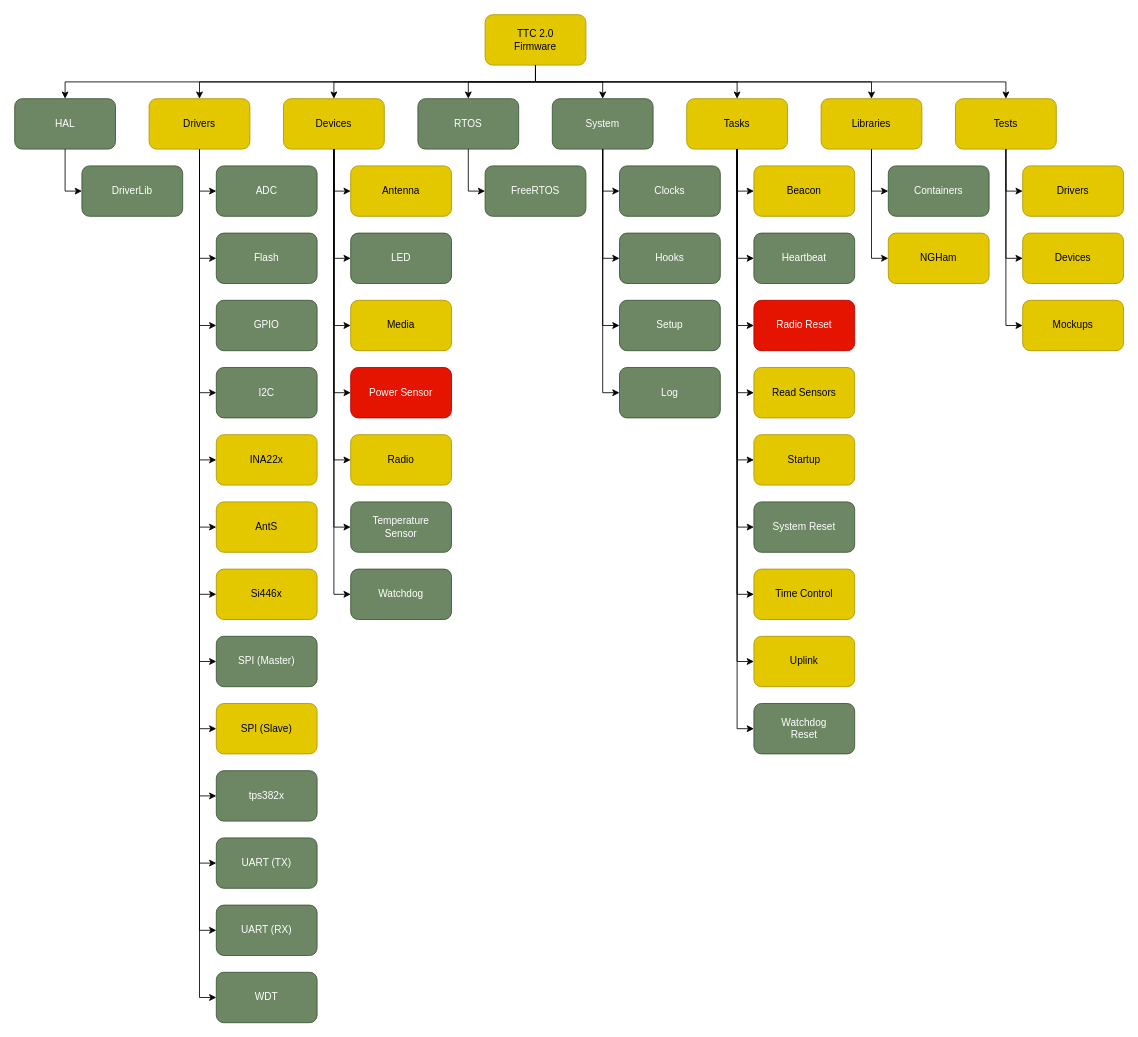
The draw.io diagram doc/user_manual/figures/product-tree-fw.drawio in spacelab-ufsc/ttc2, before the edit. Source tidied: cells renumbered, new cells numbered last; positions are measured from the earlier drawing's top-left corner, leaving out a move shared by most shapes. Both pictures are drawn from the tidied source at 84%, with x=0, y=0 at pixel (14, 14).
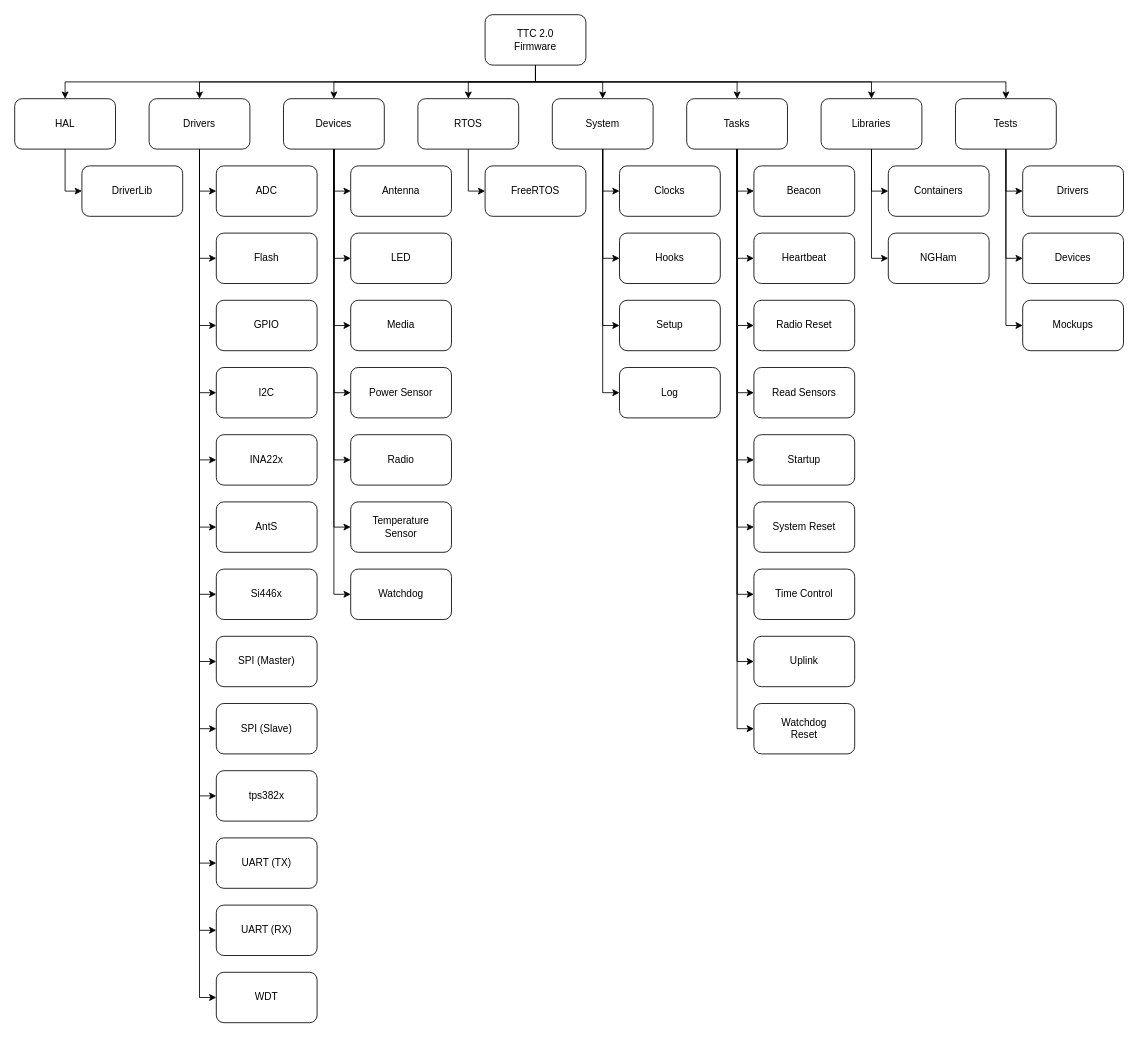
The same diagram, later.

Diff of the diagram source:
```diff
@@
-    <mxCell id="2" value="Drivers" style="rounded=1;whiteSpace=wrap;html=1;fillColor=#e3c800;fontColor=#000000;strokeColor=#B09500;" parent="1" vertex="1">
+    <mxCell id="2" value="Drivers" style="rounded=1;whiteSpace=wrap;html=1;" parent="1" vertex="1">
       <mxGeometry x="160" y="100" width="120" height="60" as="geometry" />
     </mxCell>
-    <mxCell id="3" value="Devices" style="rounded=1;whiteSpace=wrap;html=1;fillColor=#e3c800;fontColor=#000000;strokeColor=#B09500;" parent="1" vertex="1">
+    <mxCell id="3" value="Devices" style="rounded=1;whiteSpace=wrap;html=1;" parent="1" vertex="1">
       <mxGeometry x="320" y="100" width="120" height="60" as="geometry" />
     </mxCell>
-    <mxCell id="4" value="Tasks" style="rounded=1;whiteSpace=wrap;html=1;fillColor=#e3c800;fontColor=#000000;strokeColor=#B09500;" parent="1" vertex="1">
+    <mxCell id="4" value="Tasks" style="rounded=1;whiteSpace=wrap;html=1;" parent="1" vertex="1">
       <mxGeometry x="800" y="100" width="120" height="60" as="geometry" />
     </mxCell>
-    <mxCell id="5" value="ADC" style="rounded=1;whiteSpace=wrap;html=1;fillColor=#6d8764;fontColor=#ffffff;strokeColor=#3A5431;" parent="1" vertex="1">
+    <mxCell id="5" value="ADC" style="rounded=1;whiteSpace=wrap;html=1;" parent="1" vertex="1">
       <mxGeometry x="240" y="180" width="120" height="60" as="geometry" />
     </mxCell>
-    <mxCell id="6" value="Flash" style="rounded=1;whiteSpace=wrap;html=1;fillColor=#6d8764;fontColor=#ffffff;strokeColor=#3A5431;" parent="1" vertex="1">
+    <mxCell id="6" value="Flash" style="rounded=1;whiteSpace=wrap;html=1;" parent="1" vertex="1">
       <mxGeometry x="240" y="260" width="120" height="60" as="geometry" />
     </mxCell>
-    <mxCell id="7" value="GPIO" style="rounded=1;whiteSpace=wrap;html=1;fillColor=#6d8764;fontColor=#ffffff;strokeColor=#3A5431;" parent="1" vertex="1">
+    <mxCell id="7" value="GPIO" style="rounded=1;whiteSpace=wrap;html=1;" parent="1" vertex="1">
       <mxGeometry x="240" y="340" width="120" height="60" as="geometry" />
     </mxCell>
-    <mxCell id="8" value="I2C" style="rounded=1;whiteSpace=wrap;html=1;fillColor=#6d8764;fontColor=#ffffff;strokeColor=#3A5431;" parent="1" vertex="1">
+    <mxCell id="8" value="I2C" style="rounded=1;whiteSpace=wrap;html=1;" parent="1" vertex="1">
       <mxGeometry x="240" y="420" width="120" height="60" as="geometry" />
     </mxCell>
-    <mxCell id="9" value="INA22x" style="rounded=1;whiteSpace=wrap;html=1;fillColor=#e3c800;fontColor=#000000;strokeColor=#B09500;" parent="1" vertex="1">
+    <mxCell id="9" value="INA22x" style="rounded=1;whiteSpace=wrap;html=1;" parent="1" vertex="1">
       <mxGeometry x="240" y="500" width="120" height="60" as="geometry" />
     </mxCell>
-    <mxCell id="10" value="AntS" style="rounded=1;whiteSpace=wrap;html=1;fillColor=#e3c800;fontColor=#000000;strokeColor=#B09500;" parent="1" vertex="1">
+    <mxCell id="10" value="AntS" style="rounded=1;whiteSpace=wrap;html=1;" parent="1" vertex="1">
       <mxGeometry x="240" y="580" width="120" height="60" as="geometry" />
     </mxCell>
-    <mxCell id="11" value="Si446x" style="rounded=1;whiteSpace=wrap;html=1;fillColor=#e3c800;fontColor=#000000;strokeColor=#B09500;" parent="1" vertex="1">
+    <mxCell id="11" value="Si446x" style="rounded=1;whiteSpace=wrap;html=1;" parent="1" vertex="1">
       <mxGeometry x="240" y="660" width="120" height="60" as="geometry" />
     </mxCell>
-    <mxCell id="12" value="SPI (Master)" style="rounded=1;whiteSpace=wrap;html=1;fillColor=#6d8764;fontColor=#ffffff;strokeColor=#3A5431;" parent="1" vertex="1">
+    <mxCell id="12" value="SPI (Master)" style="rounded=1;whiteSpace=wrap;html=1;" parent="1" vertex="1">
       <mxGeometry x="240" y="740" width="120" height="60" as="geometry" />
     </mxCell>
-    <mxCell id="13" value="SPI (Slave)" style="rounded=1;whiteSpace=wrap;html=1;fillColor=#e3c800;fontColor=#000000;strokeColor=#B09500;" parent="1" vertex="1">
+    <mxCell id="13" value="SPI (Slave)" style="rounded=1;whiteSpace=wrap;html=1;" parent="1" vertex="1">
       <mxGeometry x="240" y="820" width="120" height="60" as="geometry" />
     </mxCell>
-    <mxCell id="14" value="tps382x" style="rounded=1;whiteSpace=wrap;html=1;fillColor=#6d8764;fontColor=#ffffff;strokeColor=#3A5431;" parent="1" vertex="1">
+    <mxCell id="14" value="tps382x" style="rounded=1;whiteSpace=wrap;html=1;" parent="1" vertex="1">
       <mxGeometry x="240" y="900" width="120" height="60" as="geometry" />
     </mxCell>
-    <mxCell id="15" value="WDT" style="rounded=1;whiteSpace=wrap;html=1;fillColor=#6d8764;fontColor=#ffffff;strokeColor=#3A5431;" parent="1" vertex="1">
+    <mxCell id="15" value="WDT" style="rounded=1;whiteSpace=wrap;html=1;" parent="1" vertex="1">
       <mxGeometry x="240" y="1140" width="120" height="60" as="geometry" />
     </mxCell>
-    <mxCell id="16" value="UART (TX)" style="rounded=1;whiteSpace=wrap;html=1;fillColor=#6d8764;fontColor=#ffffff;strokeColor=#3A5431;" parent="1" vertex="1">
+    <mxCell id="16" value="UART (TX)" style="rounded=1;whiteSpace=wrap;html=1;" parent="1" vertex="1">
       <mxGeometry x="240" y="980" width="120" height="60" as="geometry" />
     </mxCell>
-    <mxCell id="17" value="UART (RX)" style="rounded=1;whiteSpace=wrap;html=1;fillColor=#6d8764;fontColor=#ffffff;strokeColor=#3A5431;" parent="1" vertex="1">
+    <mxCell id="17" value="UART (RX)" style="rounded=1;whiteSpace=wrap;html=1;" parent="1" vertex="1">
       <mxGeometry x="240" y="1060" width="120" height="60" as="geometry" />
     </mxCell>
@@
-    <mxCell id="31" value="Antenna" style="rounded=1;whiteSpace=wrap;html=1;fillColor=#e3c800;fontColor=#000000;strokeColor=#B09500;" parent="1" vertex="1">
+    <mxCell id="31" value="Antenna" style="rounded=1;whiteSpace=wrap;html=1;" parent="1" vertex="1">
       <mxGeometry x="400" y="180" width="120" height="60" as="geometry" />
     </mxCell>
-    <mxCell id="32" value="Media" style="rounded=1;whiteSpace=wrap;html=1;fillColor=#e3c800;fontColor=#000000;strokeColor=#B09500;" parent="1" vertex="1">
+    <mxCell id="32" value="Media" style="rounded=1;whiteSpace=wrap;html=1;" parent="1" vertex="1">
       <mxGeometry x="400" y="340" width="120" height="60" as="geometry" />
     </mxCell>
-    <mxCell id="33" value="Power Sensor" style="rounded=1;whiteSpace=wrap;html=1;fillColor=#e51400;fontColor=#ffffff;strokeColor=#B20000;" parent="1" vertex="1">
+    <mxCell id="33" value="Power Sensor" style="rounded=1;whiteSpace=wrap;html=1;" parent="1" vertex="1">
       <mxGeometry x="400" y="420" width="120" height="60" as="geometry" />
     </mxCell>
-    <mxCell id="34" value="Radio" style="rounded=1;whiteSpace=wrap;html=1;fillColor=#e3c800;fontColor=#000000;strokeColor=#B09500;" parent="1" vertex="1">
+    <mxCell id="34" value="Radio" style="rounded=1;whiteSpace=wrap;html=1;" parent="1" vertex="1">
       <mxGeometry x="400" y="500" width="120" height="60" as="geometry" />
     </mxCell>
-    <mxCell id="35" value="Temperature&lt;br&gt;Sensor" style="rounded=1;whiteSpace=wrap;html=1;fillColor=#6d8764;fontColor=#ffffff;strokeColor=#3A5431;" parent="1" vertex="1">
+    <mxCell id="35" value="Temperature&lt;br&gt;Sensor" style="rounded=1;whiteSpace=wrap;html=1;" parent="1" vertex="1">
       <mxGeometry x="400" y="580" width="120" height="60" as="geometry" />
     </mxCell>
-    <mxCell id="36" value="Watchdog" style="rounded=1;whiteSpace=wrap;html=1;fillColor=#6d8764;fontColor=#ffffff;strokeColor=#3A5431;" parent="1" vertex="1">
+    <mxCell id="36" value="Watchdog" style="rounded=1;whiteSpace=wrap;html=1;" parent="1" vertex="1">
       <mxGeometry x="400" y="660" width="120" height="60" as="geometry" />
     </mxCell>
-    <mxCell id="37" value="LED" style="rounded=1;whiteSpace=wrap;html=1;fillColor=#6d8764;fontColor=#ffffff;strokeColor=#3A5431;" parent="1" vertex="1">
+    <mxCell id="37" value="LED" style="rounded=1;whiteSpace=wrap;html=1;" parent="1" vertex="1">
       <mxGeometry x="400" y="260" width="120" height="60" as="geometry" />
     </mxCell>
-    <mxCell id="38" value="Beacon" style="rounded=1;whiteSpace=wrap;html=1;fillColor=#e3c800;fontColor=#000000;strokeColor=#B09500;" parent="1" vertex="1">
+    <mxCell id="38" value="Beacon" style="rounded=1;whiteSpace=wrap;html=1;" parent="1" vertex="1">
       <mxGeometry x="880" y="180" width="120" height="60" as="geometry" />
     </mxCell>
-    <mxCell id="39" value="Heartbeat" style="rounded=1;whiteSpace=wrap;html=1;fillColor=#6d8764;fontColor=#ffffff;strokeColor=#3A5431;" parent="1" vertex="1">
+    <mxCell id="39" value="Heartbeat" style="rounded=1;whiteSpace=wrap;html=1;" parent="1" vertex="1">
       <mxGeometry x="880" y="260" width="120" height="60" as="geometry" />
     </mxCell>
-    <mxCell id="40" value="Radio Reset" style="rounded=1;whiteSpace=wrap;html=1;fillColor=#e51400;fontColor=#ffffff;strokeColor=#B20000;" parent="1" vertex="1">
+    <mxCell id="40" value="Radio Reset" style="rounded=1;whiteSpace=wrap;html=1;" parent="1" vertex="1">
       <mxGeometry x="880" y="340" width="120" height="60" as="geometry" />
     </mxCell>
-    <mxCell id="41" value="Read Sensors" style="rounded=1;whiteSpace=wrap;html=1;fillColor=#e3c800;fontColor=#000000;strokeColor=#B09500;" parent="1" vertex="1">
+    <mxCell id="41" value="Read Sensors" style="rounded=1;whiteSpace=wrap;html=1;" parent="1" vertex="1">
       <mxGeometry x="880" y="420" width="120" height="60" as="geometry" />
     </mxCell>
-    <mxCell id="42" value="Startup" style="rounded=1;whiteSpace=wrap;html=1;fillColor=#e3c800;fontColor=#000000;strokeColor=#B09500;" parent="1" vertex="1">
+    <mxCell id="42" value="Startup" style="rounded=1;whiteSpace=wrap;html=1;" parent="1" vertex="1">
       <mxGeometry x="880" y="500" width="120" height="60" as="geometry" />
     </mxCell>
-    <mxCell id="43" value="System Reset" style="rounded=1;whiteSpace=wrap;html=1;fillColor=#6d8764;fontColor=#ffffff;strokeColor=#3A5431;" parent="1" vertex="1">
+    <mxCell id="43" value="System Reset" style="rounded=1;whiteSpace=wrap;html=1;" parent="1" vertex="1">
       <mxGeometry x="880" y="580" width="120" height="60" as="geometry" />
     </mxCell>
-    <mxCell id="44" value="Time Control" style="rounded=1;whiteSpace=wrap;html=1;fillColor=#e3c800;fontColor=#000000;strokeColor=#B09500;" parent="1" vertex="1">
+    <mxCell id="44" value="Time Control" style="rounded=1;whiteSpace=wrap;html=1;" parent="1" vertex="1">
       <mxGeometry x="880" y="660" width="120" height="60" as="geometry" />
     </mxCell>
-    <mxCell id="45" value="Uplink" style="rounded=1;whiteSpace=wrap;html=1;fillColor=#e3c800;fontColor=#000000;strokeColor=#B09500;" parent="1" vertex="1">
+    <mxCell id="45" value="Uplink" style="rounded=1;whiteSpace=wrap;html=1;" parent="1" vertex="1">
       <mxGeometry x="880" y="740" width="120" height="60" as="geometry" />
     </mxCell>
-    <mxCell id="46" value="Watchdog&lt;br&gt;Reset" style="rounded=1;whiteSpace=wrap;html=1;fillColor=#6d8764;fontColor=#ffffff;strokeColor=#3A5431;" parent="1" vertex="1">
+    <mxCell id="46" value="Watchdog&lt;br&gt;Reset" style="rounded=1;whiteSpace=wrap;html=1;" parent="1" vertex="1">
       <mxGeometry x="880" y="820" width="120" height="60" as="geometry" />
     </mxCell>
@@
-    <mxCell id="63" value="TTC 2.0&lt;br&gt;Firmware" style="rounded=1;whiteSpace=wrap;html=1;fillColor=#e3c800;fontColor=#000000;strokeColor=#B09500;" parent="1" vertex="1">
+    <mxCell id="63" value="TTC 2.0&lt;br&gt;Firmware" style="rounded=1;whiteSpace=wrap;html=1;" parent="1" vertex="1">
       <mxGeometry x="560" width="120" height="60" as="geometry" />
     </mxCell>
-    <mxCell id="64" value="Tests" style="rounded=1;whiteSpace=wrap;html=1;fillColor=#e3c800;fontColor=#000000;strokeColor=#B09500;" parent="1" vertex="1">
+    <mxCell id="64" value="Tests" style="rounded=1;whiteSpace=wrap;html=1;" parent="1" vertex="1">
       <mxGeometry x="1120" y="100" width="120" height="60" as="geometry" />
     </mxCell>
-    <mxCell id="65" value="RTOS" style="rounded=1;whiteSpace=wrap;html=1;fillColor=#6d8764;fontColor=#ffffff;strokeColor=#3A5431;" parent="1" vertex="1">
+    <mxCell id="65" value="RTOS" style="rounded=1;whiteSpace=wrap;html=1;" parent="1" vertex="1">
       <mxGeometry x="480" y="100" width="120" height="60" as="geometry" />
     </mxCell>
-    <mxCell id="66" value="FreeRTOS" style="rounded=1;whiteSpace=wrap;html=1;fillColor=#6d8764;fontColor=#ffffff;strokeColor=#3A5431;" parent="1" vertex="1">
+    <mxCell id="66" value="FreeRTOS" style="rounded=1;whiteSpace=wrap;html=1;" parent="1" vertex="1">
       <mxGeometry x="560" y="180" width="120" height="60" as="geometry" />
     </mxCell>
-    <mxCell id="67" value="HAL" style="rounded=1;whiteSpace=wrap;html=1;fillColor=#6d8764;fontColor=#ffffff;strokeColor=#3A5431;" parent="1" vertex="1">
+    <mxCell id="67" value="HAL" style="rounded=1;whiteSpace=wrap;html=1;" parent="1" vertex="1">
       <mxGeometry y="100" width="120" height="60" as="geometry" />
     </mxCell>
-    <mxCell id="68" value="DriverLib" style="rounded=1;whiteSpace=wrap;html=1;fillColor=#6d8764;fontColor=#ffffff;strokeColor=#3A5431;" parent="1" vertex="1">
+    <mxCell id="68" value="DriverLib" style="rounded=1;whiteSpace=wrap;html=1;" parent="1" vertex="1">
       <mxGeometry x="80" y="180" width="120" height="60" as="geometry" />
     </mxCell>
@@
-    <mxCell id="70" value="System" style="rounded=1;whiteSpace=wrap;html=1;fillColor=#6d8764;fontColor=#ffffff;strokeColor=#3A5431;" parent="1" vertex="1">
+    <mxCell id="70" value="System" style="rounded=1;whiteSpace=wrap;html=1;" parent="1" vertex="1">
       <mxGeometry x="640" y="100" width="120" height="60" as="geometry" />
     </mxCell>
@@
-    <mxCell id="79" value="Clocks" style="rounded=1;whiteSpace=wrap;html=1;fillColor=#6d8764;fontColor=#ffffff;strokeColor=#3A5431;" parent="1" vertex="1">
+    <mxCell id="79" value="Clocks" style="rounded=1;whiteSpace=wrap;html=1;" parent="1" vertex="1">
       <mxGeometry x="720" y="180" width="120" height="60" as="geometry" />
     </mxCell>
-    <mxCell id="80" value="Hooks" style="rounded=1;whiteSpace=wrap;html=1;fillColor=#6d8764;fontColor=#ffffff;strokeColor=#3A5431;" parent="1" vertex="1">
+    <mxCell id="80" value="Hooks" style="rounded=1;whiteSpace=wrap;html=1;" parent="1" vertex="1">
       <mxGeometry x="720" y="260" width="120" height="60" as="geometry" />
     </mxCell>
-    <mxCell id="81" value="Setup" style="rounded=1;whiteSpace=wrap;html=1;fillColor=#6d8764;fontColor=#ffffff;strokeColor=#3A5431;" parent="1" vertex="1">
+    <mxCell id="81" value="Setup" style="rounded=1;whiteSpace=wrap;html=1;" parent="1" vertex="1">
       <mxGeometry x="720" y="340" width="120" height="60" as="geometry" />
     </mxCell>
-    <mxCell id="82" value="Log" style="rounded=1;whiteSpace=wrap;html=1;fillColor=#6d8764;fontColor=#ffffff;strokeColor=#3A5431;" parent="1" vertex="1">
+    <mxCell id="82" value="Log" style="rounded=1;whiteSpace=wrap;html=1;" parent="1" vertex="1">
       <mxGeometry x="720" y="420" width="120" height="60" as="geometry" />
     </mxCell>
@@
-    <mxCell id="87" value="Drivers" style="rounded=1;whiteSpace=wrap;html=1;fillColor=#e3c800;fontColor=#000000;strokeColor=#B09500;" parent="1" vertex="1">
+    <mxCell id="87" value="Drivers" style="rounded=1;whiteSpace=wrap;html=1;" parent="1" vertex="1">
       <mxGeometry x="1200" y="180" width="120" height="60" as="geometry" />
     </mxCell>
-    <mxCell id="88" value="Devices" style="rounded=1;whiteSpace=wrap;html=1;fillColor=#e3c800;fontColor=#000000;strokeColor=#B09500;" parent="1" vertex="1">
+    <mxCell id="88" value="Devices" style="rounded=1;whiteSpace=wrap;html=1;" parent="1" vertex="1">
       <mxGeometry x="1200" y="260" width="120" height="60" as="geometry" />
     </mxCell>
-    <mxCell id="89" value="Mockups" style="rounded=1;whiteSpace=wrap;html=1;fillColor=#e3c800;fontColor=#000000;strokeColor=#B09500;" parent="1" vertex="1">
+    <mxCell id="89" value="Mockups" style="rounded=1;whiteSpace=wrap;html=1;" parent="1" vertex="1">
       <mxGeometry x="1200" y="340" width="120" height="60" as="geometry" />
     </mxCell>
@@
-    <mxCell id="93" value="Libraries" style="rounded=1;whiteSpace=wrap;html=1;fillColor=#e3c800;fontColor=#000000;strokeColor=#B09500;" parent="1" vertex="1">
+    <mxCell id="93" value="Libraries" style="rounded=1;whiteSpace=wrap;html=1;" parent="1" vertex="1">
       <mxGeometry x="960" y="100" width="120" height="60" as="geometry" />
     </mxCell>
-    <mxCell id="94" value="Containers" style="rounded=1;whiteSpace=wrap;html=1;fillColor=#6d8764;fontColor=#ffffff;strokeColor=#3A5431;" parent="1" vertex="1">
+    <mxCell id="94" value="Containers" style="rounded=1;whiteSpace=wrap;html=1;" parent="1" vertex="1">
       <mxGeometry x="1040" y="180" width="120" height="60" as="geometry" />
     </mxCell>
-    <mxCell id="95" value="NGHam" style="rounded=1;whiteSpace=wrap;html=1;fillColor=#e3c800;fontColor=#000000;strokeColor=#B09500;" parent="1" vertex="1">
+    <mxCell id="95" value="NGHam" style="rounded=1;whiteSpace=wrap;html=1;" parent="1" vertex="1">
       <mxGeometry x="1040" y="260" width="120" height="60" as="geometry" />
     </mxCell>
```
